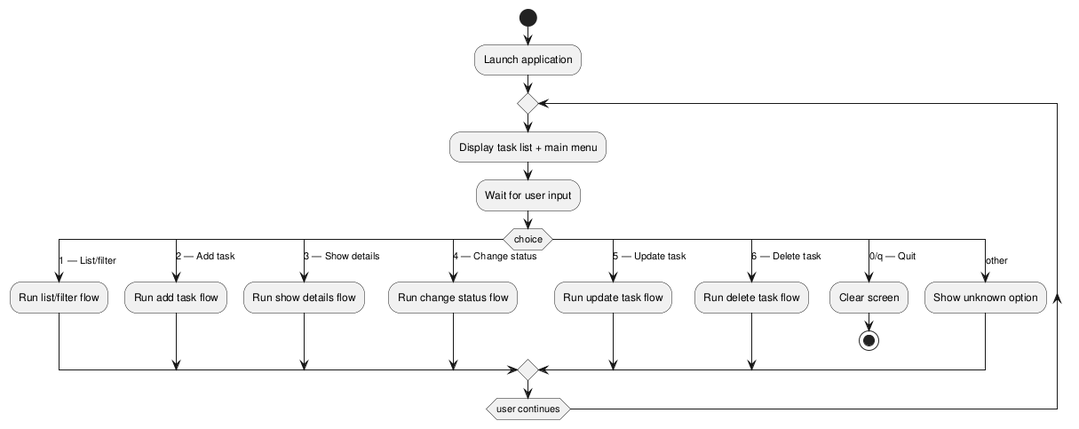
This is experiments/supervisor_as_tools/test_driven/TODO/artifacts/activity_diagram.png from DanielRiha8906/Software_autoevolution_using_agents, a PlantUML export, as it was before one commit.
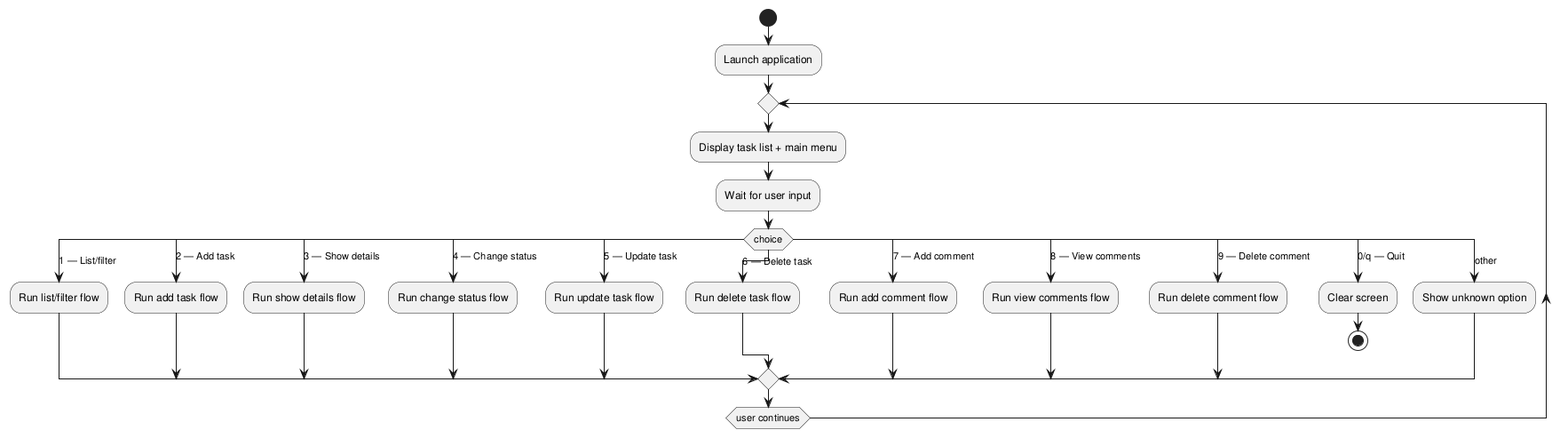
Above is the later version.

Diff of the diagram source:
```diff
@@ -20,6 +20,12 @@
       :Run update task flow;
     case (6 — Delete task)
       :Run delete task flow;
+    case (7 — Add comment)
+      :Run add comment flow;
+    case (8 — View comments)
+      :Run view comments flow;
+    case (9 — Delete comment)
+      :Run delete comment flow;
     case (0/q — Quit)
       :Clear screen;
       stop
```
